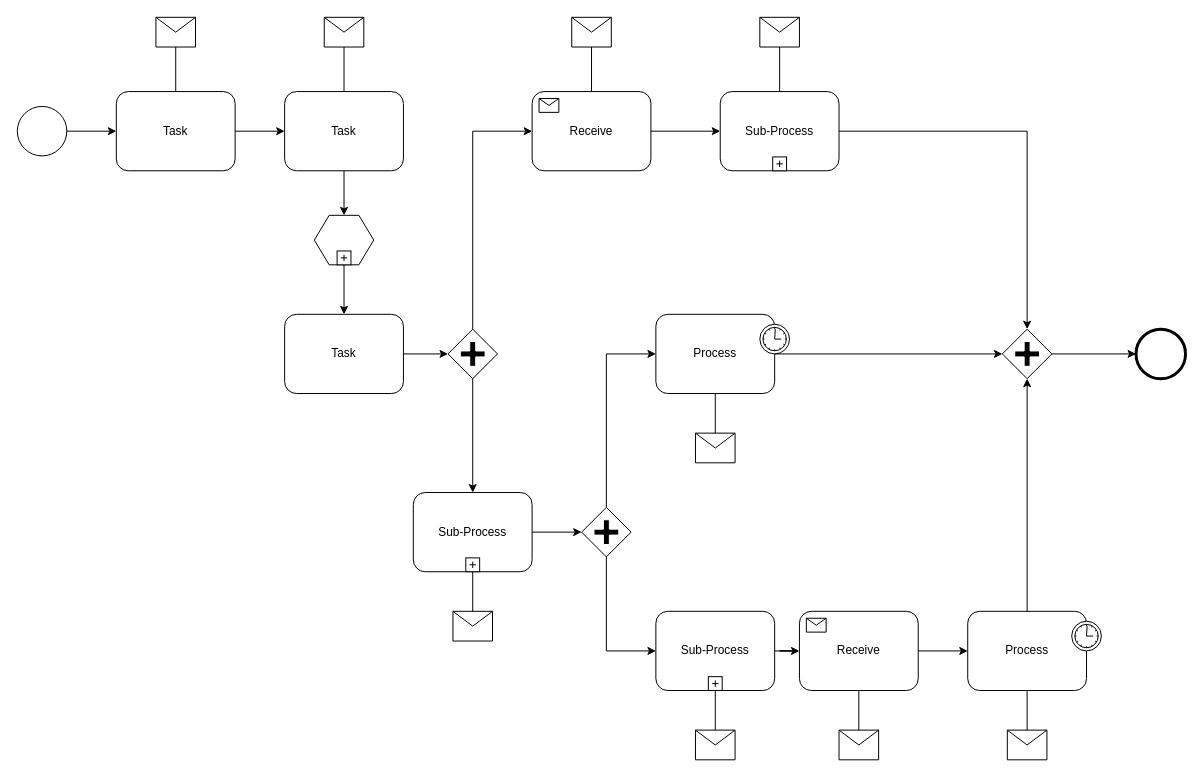
Above: Başlıksız Diyagram.drawio in yildirimbhdr/dieseline (draw.io), before the change. Source tidied: cells renumbered, new cells numbered last; positions are measured from the earlier drawing's top-left corner, leaving out a move shared by most shapes. Both pictures are drawn from the tidied source at 99%, with x=0, y=0 at pixel (17, 17).
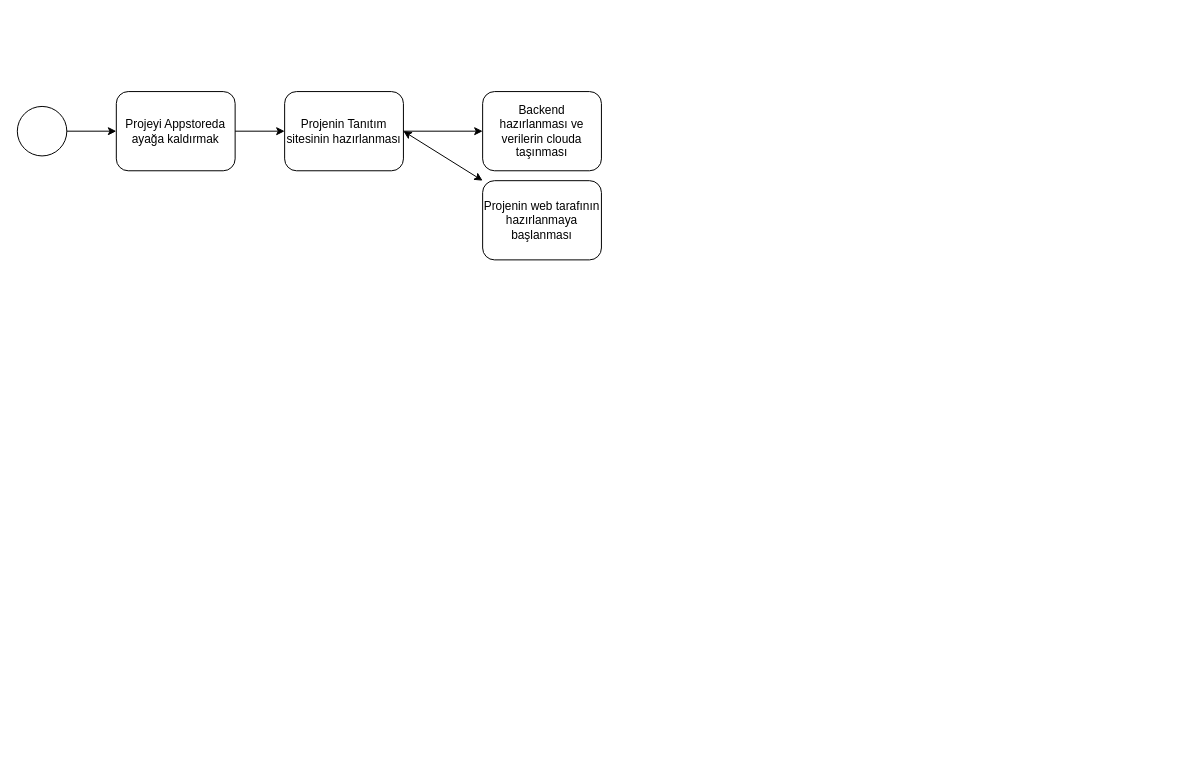
Above is the later version.

Change to the diagram source:
```diff
@@
-    <mxCell id="3" value="Task" style="shape=ext;rounded=1;html=1;whiteSpace=wrap;" parent="1" vertex="1">
+    <mxCell id="3" value="Projeyi Appstoreda ayağa kaldırmak" style="shape=ext;rounded=1;html=1;whiteSpace=wrap;" parent="1" vertex="1">
       <mxGeometry x="100" y="75" width="120" height="80" as="geometry" />
     </mxCell>
+    <mxCell id="61" style="edgeStyle=orthogonalEdgeStyle;rounded=0;jettySize=auto;html=1;" parent="1" edge="1" source="4" target="62">
+      <mxGeometry relative="1" as="geometry" />
+    </mxCell>
-    <mxCell id="4" value="Task" style="shape=ext;rounded=1;html=1;whiteSpace=wrap;" parent="1" vertex="1">
+    <mxCell id="4" value="Projenin Tanıtım sitesinin hazırlanması&lt;br&gt;" style="shape=ext;rounded=1;html=1;whiteSpace=wrap;" parent="1" vertex="1">
       <mxGeometry x="270" y="75" width="120" height="80" as="geometry" />
     </mxCell>
-    <mxCell id="5" style="shape=message;whiteSpace=wrap;html=1;" parent="1" vertex="1">
-      <mxGeometry x="140" width="40" height="30" as="geometry" />
-    </mxCell>
-    <mxCell id="6" style="shape=message;whiteSpace=wrap;html=1;" parent="1" vertex="1">
-      <mxGeometry x="310" width="40" height="30" as="geometry" />
-    </mxCell>
-    <mxCell id="7" style="shape=hexagon;whiteSpace=wrap;html=1;perimeter=hexagonPerimeter;" parent="1" vertex="1">
-      <mxGeometry x="300" y="200" width="60" height="50" as="geometry" />
-    </mxCell>
-    <mxCell id="8" style="html=1;shape=plus;" parent="7" vertex="1">
-      <mxGeometry x="0.5" y="1" width="14" height="14" relative="1" as="geometry">
-        <mxPoint x="-7" y="-14" as="offset" />
-      </mxGeometry>
-    </mxCell>
-    <mxCell id="9" value="Task" style="shape=ext;rounded=1;html=1;whiteSpace=wrap;" parent="1" vertex="1">
-      <mxGeometry x="270" y="300" width="120" height="80" as="geometry" />
-    </mxCell>
-    <mxCell id="10" style="shape=mxgraph.bpmn.shape;html=1;verticalLabelPosition=bottom;labelBackgroundColor=#ffffff;verticalAlign=top;perimeter=rhombusPerimeter;background=gateway;outline=none;symbol=parallelGw;" parent="1" vertex="1">
-      <mxGeometry x="435" y="315" width="50" height="50" as="geometry" />
-    </mxCell>
-    <mxCell id="11" value="Sub-Process" style="html=1;whiteSpace=wrap;rounded=1;" parent="1" vertex="1">
-      <mxGeometry x="710" y="75" width="120" height="80" as="geometry" />
-    </mxCell>
-    <mxCell id="12" style="html=1;shape=plus;" parent="11" vertex="1">
-      <mxGeometry x="0.5" y="1" width="14" height="14" relative="1" as="geometry">
-        <mxPoint x="-7" y="-14" as="offset" />
-      </mxGeometry>
-    </mxCell>
-    <mxCell id="13" value="Receive" style="html=1;whiteSpace=wrap;rounded=1;" parent="1" vertex="1">
-      <mxGeometry x="520" y="75" width="120" height="80" as="geometry" />
-    </mxCell>
-    <mxCell id="14" style="html=1;shape=message;" parent="13" vertex="1">
-      <mxGeometry width="20" height="14" relative="1" as="geometry">
-        <mxPoint x="7" y="7" as="offset" />
-      </mxGeometry>
-    </mxCell>
-    <mxCell id="15" value="Process" style="html=1;whiteSpace=wrap;rounded=1;" parent="1" vertex="1">
-      <mxGeometry x="645" y="300" width="120" height="80" as="geometry" />
-    </mxCell>
-    <mxCell id="16" style="shape=mxgraph.bpmn.timer_start;perimeter=ellipsePerimeter;html=1;labelPosition=right;labelBackgroundColor=#ffffff;align=left;" parent="15" vertex="1">
-      <mxGeometry x="1" width="30" height="30" relative="1" as="geometry">
-        <mxPoint x="-15" y="10" as="offset" />
-      </mxGeometry>
-    </mxCell>
-    <mxCell id="17" value="Process" style="html=1;whiteSpace=wrap;rounded=1;" parent="1" vertex="1">
-      <mxGeometry x="960" y="600" width="120" height="80" as="geometry" />
-    </mxCell>
-    <mxCell id="18" style="shape=mxgraph.bpmn.timer_start;perimeter=ellipsePerimeter;html=1;labelPosition=right;labelBackgroundColor=#ffffff;align=left;" parent="17" vertex="1">
-      <mxGeometry x="1" width="30" height="30" relative="1" as="geometry">
-        <mxPoint x="-15" y="10" as="offset" />
-      </mxGeometry>
-    </mxCell>
-    <mxCell id="19" value="Receive" style="html=1;whiteSpace=wrap;rounded=1;" parent="1" vertex="1">
-      <mxGeometry x="790" y="600" width="120" height="80" as="geometry" />
-    </mxCell>
-    <mxCell id="20" style="html=1;shape=message;" parent="19" vertex="1">
-      <mxGeometry width="20" height="14" relative="1" as="geometry">
-        <mxPoint x="7" y="7" as="offset" />
-      </mxGeometry>
-    </mxCell>
-    <mxCell id="21" value="Sub-Process" style="html=1;whiteSpace=wrap;rounded=1;" parent="1" vertex="1">
-      <mxGeometry x="645" y="600" width="120" height="80" as="geometry" />
-    </mxCell>
-    <mxCell id="22" style="html=1;shape=plus;" parent="21" vertex="1">
-      <mxGeometry x="0.5" y="1" width="14" height="14" relative="1" as="geometry">
-        <mxPoint x="-7" y="-14" as="offset" />
-      </mxGeometry>
-    </mxCell>
-    <mxCell id="23" style="shape=mxgraph.bpmn.shape;html=1;verticalLabelPosition=bottom;labelBackgroundColor=#ffffff;verticalAlign=top;perimeter=rhombusPerimeter;background=gateway;outline=none;symbol=parallelGw;" parent="1" vertex="1">
-      <mxGeometry x="995" y="315" width="50" height="50" as="geometry" />
-    </mxCell>
-    <mxCell id="24" style="shape=mxgraph.bpmn.shape;html=1;verticalLabelPosition=bottom;labelBackgroundColor=#ffffff;verticalAlign=top;perimeter=ellipsePerimeter;outline=end;symbol=general;" parent="1" vertex="1">
-      <mxGeometry x="1130" y="315" width="50" height="50" as="geometry" />
-    </mxCell>
-    <mxCell id="25" style="shape=message;whiteSpace=wrap;html=1;" parent="1" vertex="1">
-      <mxGeometry x="560" width="40" height="30" as="geometry" />
-    </mxCell>
-    <mxCell id="26" style="shape=message;whiteSpace=wrap;html=1;" parent="1" vertex="1">
-      <mxGeometry x="750" width="40" height="30" as="geometry" />
-    </mxCell>
-    <mxCell id="27" value="Sub-Process" style="html=1;whiteSpace=wrap;rounded=1;" parent="1" vertex="1">
-      <mxGeometry x="400" y="480" width="120" height="80" as="geometry" />
-    </mxCell>
-    <mxCell id="28" style="html=1;shape=plus;" parent="27" vertex="1">
-      <mxGeometry x="0.5" y="1" width="14" height="14" relative="1" as="geometry">
-        <mxPoint x="-7" y="-14" as="offset" />
-      </mxGeometry>
-    </mxCell>
-    <mxCell id="29" style="shape=message;whiteSpace=wrap;html=1;" parent="1" vertex="1">
-      <mxGeometry x="440" y="600" width="40" height="30" as="geometry" />
-    </mxCell>
-    <mxCell id="30" style="shape=message;whiteSpace=wrap;html=1;" parent="1" vertex="1">
-      <mxGeometry x="830" y="720" width="40" height="30" as="geometry" />
-    </mxCell>
-    <mxCell id="31" style="shape=message;whiteSpace=wrap;html=1;" parent="1" vertex="1">
-      <mxGeometry x="1000" y="720" width="40" height="30" as="geometry" />
-    </mxCell>
-    <mxCell id="32" style="shape=message;whiteSpace=wrap;html=1;" parent="1" vertex="1">
-      <mxGeometry x="685" y="720" width="40" height="30" as="geometry" />
-    </mxCell>
-    <mxCell id="33" style="shape=message;whiteSpace=wrap;html=1;" parent="1" vertex="1">
-      <mxGeometry x="685" y="420" width="40" height="30" as="geometry" />
-    </mxCell>
@@
-    <mxCell id="35" style="edgeStyle=orthogonalEdgeStyle;rounded=0;html=1;jettySize=auto;endArrow=none;endFill=0;" parent="1" edge="1" source="5" target="3">
-      <mxGeometry relative="1" as="geometry" />
-    </mxCell>
-    <mxCell id="36" style="edgeStyle=orthogonalEdgeStyle;rounded=0;html=1;jettySize=auto;endArrow=none;endFill=0;" parent="1" edge="1" source="6" target="4">
-      <mxGeometry relative="1" as="geometry" />
-    </mxCell>
@@
-    <mxCell id="38" style="edgeStyle=orthogonalEdgeStyle;rounded=0;html=1;jettySize=auto;" parent="1" edge="1" source="13" target="11">
-      <mxGeometry relative="1" as="geometry" />
-    </mxCell>
-    <mxCell id="39" style="edgeStyle=orthogonalEdgeStyle;rounded=0;html=1;jettySize=auto;endArrow=none;endFill=0;" parent="1" edge="1" source="25" target="13">
-      <mxGeometry relative="1" as="geometry" />
-    </mxCell>
-    <mxCell id="40" style="edgeStyle=orthogonalEdgeStyle;rounded=0;html=1;jettySize=auto;endArrow=none;endFill=0;" parent="1" edge="1" source="26" target="11">
-      <mxGeometry relative="1" as="geometry" />
-    </mxCell>
-    <mxCell id="41" style="edgeStyle=orthogonalEdgeStyle;rounded=0;html=1;jettySize=auto;" parent="1" edge="1" source="11" target="23">
-      <mxGeometry relative="1" as="geometry">
-        <Array as="points">
-          <mxPoint x="1020" y="115" />
-        </Array>
-      </mxGeometry>
-    </mxCell>
-    <mxCell id="42" style="edgeStyle=orthogonalEdgeStyle;rounded=0;html=1;jettySize=auto;" parent="1" edge="1" source="15" target="23">
-      <mxGeometry relative="1" as="geometry" />
-    </mxCell>
-    <mxCell id="43" style="edgeStyle=orthogonalEdgeStyle;rounded=0;html=1;jettySize=auto;" parent="1" edge="1" source="17" target="23">
-      <mxGeometry relative="1" as="geometry" />
-    </mxCell>
-    <mxCell id="44" style="edgeStyle=orthogonalEdgeStyle;rounded=0;html=1;jettySize=auto;" parent="1" edge="1" source="23" target="24">
-      <mxGeometry relative="1" as="geometry" />
-    </mxCell>
-    <mxCell id="45" style="edgeStyle=orthogonalEdgeStyle;rounded=0;html=1;jettySize=auto;" parent="1" edge="1" source="4" target="7">
-      <mxGeometry relative="1" as="geometry" />
-    </mxCell>
-    <mxCell id="46" style="edgeStyle=orthogonalEdgeStyle;rounded=0;html=1;jettySize=auto;" parent="1" edge="1" source="7" target="9">
-      <mxGeometry relative="1" as="geometry" />
-    </mxCell>
-    <mxCell id="47" style="edgeStyle=orthogonalEdgeStyle;rounded=0;html=1;jettySize=auto;" parent="1" edge="1" source="9" target="10">
-      <mxGeometry relative="1" as="geometry" />
-    </mxCell>
-    <mxCell id="48" style="edgeStyle=orthogonalEdgeStyle;rounded=0;html=1;jettySize=auto;" parent="1" edge="1" source="10" target="13">
-      <mxGeometry relative="1" as="geometry">
-        <Array as="points">
-          <mxPoint x="460" y="115" />
-        </Array>
-      </mxGeometry>
-    </mxCell>
-    <mxCell id="49" style="edgeStyle=orthogonalEdgeStyle;rounded=0;html=1;jettySize=auto;" parent="1" edge="1" source="10" target="27">
-      <mxGeometry relative="1" as="geometry" />
-    </mxCell>
-    <mxCell id="50" style="edgeStyle=orthogonalEdgeStyle;rounded=0;html=1;jettySize=auto;endArrow=none;endFill=0;" parent="1" edge="1" source="29" target="27">
-      <mxGeometry relative="1" as="geometry" />
-    </mxCell>
-    <mxCell id="51" style="shape=mxgraph.bpmn.shape;html=1;verticalLabelPosition=bottom;labelBackgroundColor=#ffffff;verticalAlign=top;perimeter=rhombusPerimeter;background=gateway;outline=none;symbol=parallelGw;" parent="1" vertex="1">
-      <mxGeometry x="570" y="495" width="50" height="50" as="geometry" />
-    </mxCell>
-    <mxCell id="52" style="edgeStyle=orthogonalEdgeStyle;rounded=0;html=1;jettySize=auto;" parent="1" edge="1" source="51" target="21">
-      <mxGeometry relative="1" as="geometry">
-        <Array as="points">
-          <mxPoint x="595" y="640" />
-        </Array>
-      </mxGeometry>
-    </mxCell>
-    <mxCell id="53" style="edgeStyle=orthogonalEdgeStyle;rounded=0;html=1;jettySize=auto;" parent="1" edge="1" source="51" target="15">
-      <mxGeometry relative="1" as="geometry">
-        <Array as="points">
-          <mxPoint x="595" y="340" />
-        </Array>
-      </mxGeometry>
-    </mxCell>
-    <mxCell id="54" style="edgeStyle=orthogonalEdgeStyle;rounded=0;html=1;jettySize=auto;endArrow=none;endFill=0;" parent="1" edge="1" source="33" target="15">
-      <mxGeometry relative="1" as="geometry" />
-    </mxCell>
-    <mxCell id="55" style="edgeStyle=orthogonalEdgeStyle;rounded=0;html=1;jettySize=auto;" parent="1" edge="1" source="27" target="51">
-      <mxGeometry relative="1" as="geometry" />
-    </mxCell>
-    <mxCell id="56" style="edgeStyle=orthogonalEdgeStyle;rounded=0;html=1;jettySize=auto;" parent="1" edge="1" source="21" target="19">
-      <mxGeometry relative="1" as="geometry" />
-    </mxCell>
-    <mxCell id="57" style="edgeStyle=orthogonalEdgeStyle;rounded=0;html=1;jettySize=auto;endArrow=none;endFill=0;" parent="1" edge="1" source="32" target="21">
-      <mxGeometry relative="1" as="geometry" />
-    </mxCell>
-    <mxCell id="58" style="edgeStyle=orthogonalEdgeStyle;rounded=0;html=1;jettySize=auto;endArrow=none;endFill=0;" parent="1" edge="1" source="30" target="19">
-      <mxGeometry relative="1" as="geometry" />
-    </mxCell>
-    <mxCell id="59" style="edgeStyle=orthogonalEdgeStyle;rounded=0;html=1;jettySize=auto;endArrow=none;endFill=0;" parent="1" edge="1" source="31" target="17">
-      <mxGeometry relative="1" as="geometry" />
-    </mxCell>
-    <mxCell id="60" style="edgeStyle=orthogonalEdgeStyle;rounded=0;html=1;jettySize=auto;" parent="1" edge="1" source="19" target="17">
-      <mxGeometry relative="1" as="geometry" />
-    </mxCell>
+    <mxCell id="62" value="Backend hazırlanması ve verilerin clouda taşınması" style="shape=ext;rounded=1;html=1;whiteSpace=wrap;" parent="1" vertex="1">
+      <mxGeometry x="470" y="75" width="120" height="80" as="geometry" />
+    </mxCell>
+    <mxCell id="63" value="Projenin web tarafının hazırlanmaya başlanması" style="shape=ext;rounded=1;html=1;whiteSpace=wrap;" parent="1" vertex="1">
+      <mxGeometry x="470" y="165" width="120" height="80" as="geometry" />
+    </mxCell>
+    <mxCell id="64" style="endArrow=classic;startArrow=classic;html=1;rounded=0;entryX=0;entryY=0;entryDx=0;entryDy=0;exitX=1;exitY=0.5;exitDx=0;exitDy=0;" parent="1" edge="1" source="4" target="63">
+      <mxGeometry relative="1" as="geometry" />
+    </mxCell>
```
